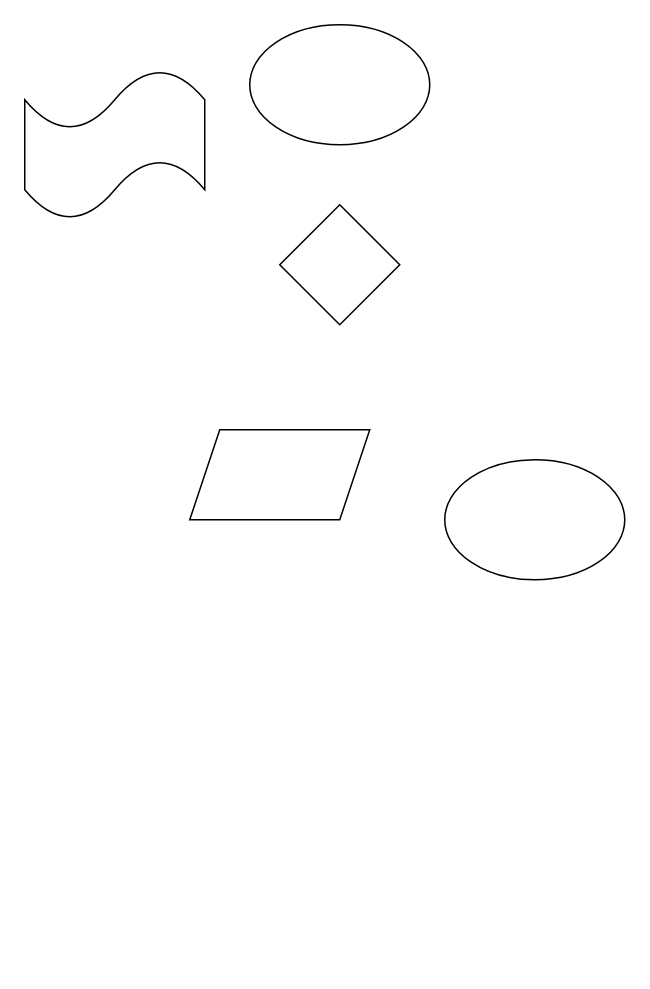
The draw.io diagram 未命名绘图.drawio in wuaisong/pic, before the edit. Source tidied: cells renumbered, new cells numbered last; positions are measured from the earlier drawing's top-left corner, leaving out a move shared by most shapes. Both pictures are drawn from the tidied source at 150%, with x=0, y=0 at pixel (24, 24).
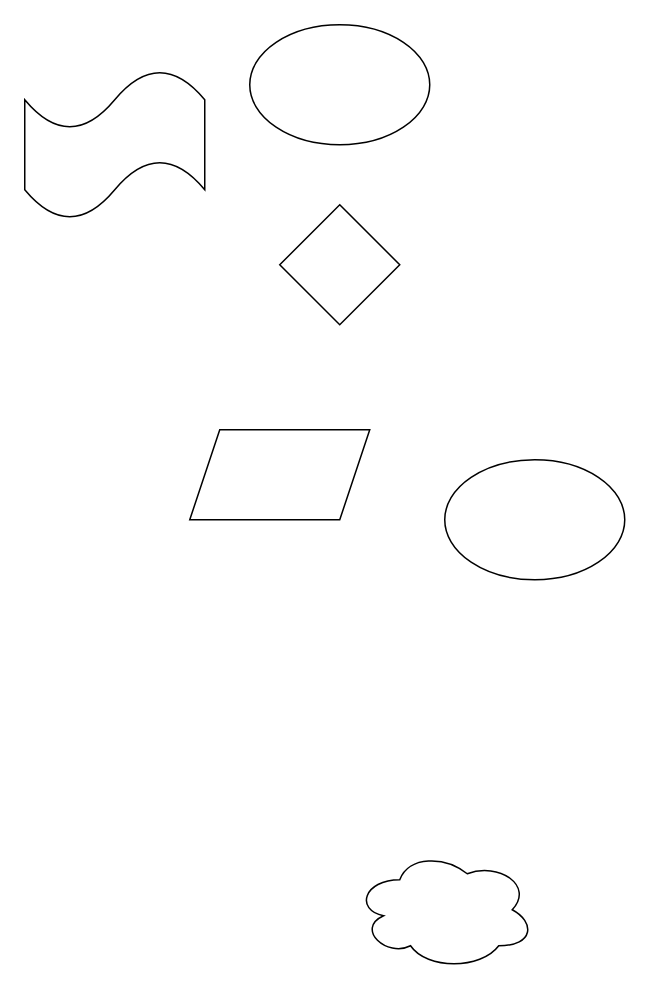
After the change.

Commit message:
更新未命名绘图.drawio

Diff of the diagram source:
```diff
@@
 <mxGraphModel>
   <root>
     <mxCell id="0" />
     <mxCell id="1" parent="0" />
     <mxCell id="2" style="rhombus;whiteSpace=wrap;html=1;" parent="1" vertex="1">
       <mxGeometry x="170" y="120" width="80" height="80" as="geometry" />
     </mxCell>
     <mxCell id="3" style="ellipse;whiteSpace=wrap;html=1;" parent="1" vertex="1">
       <mxGeometry x="150" width="120" height="80" as="geometry" />
     </mxCell>
     <mxCell id="4" style="shape=tape;whiteSpace=wrap;html=1;" parent="1" vertex="1">
       <mxGeometry y="30" width="120" height="100" as="geometry" />
     </mxCell>
     <mxCell id="5" style="ellipse;whiteSpace=wrap;html=1;" parent="1" vertex="1">
       <mxGeometry x="280" y="290" width="120" height="80" as="geometry" />
     </mxCell>
     <mxCell id="6" style="shape=parallelogram;perimeter=parallelogramPerimeter;whiteSpace=wrap;html=1;fixedSize=1;" parent="1" vertex="1">
       <mxGeometry x="110" y="270" width="120" height="60" as="geometry" />
     </mxCell>
+    <mxCell id="7" style="ellipse;shape=cloud;whiteSpace=wrap;html=1;" parent="1" vertex="1">
+      <mxGeometry x="220" y="550" width="120" height="80" as="geometry" />
+    </mxCell>
   </root>
 </mxGraphModel>
```
